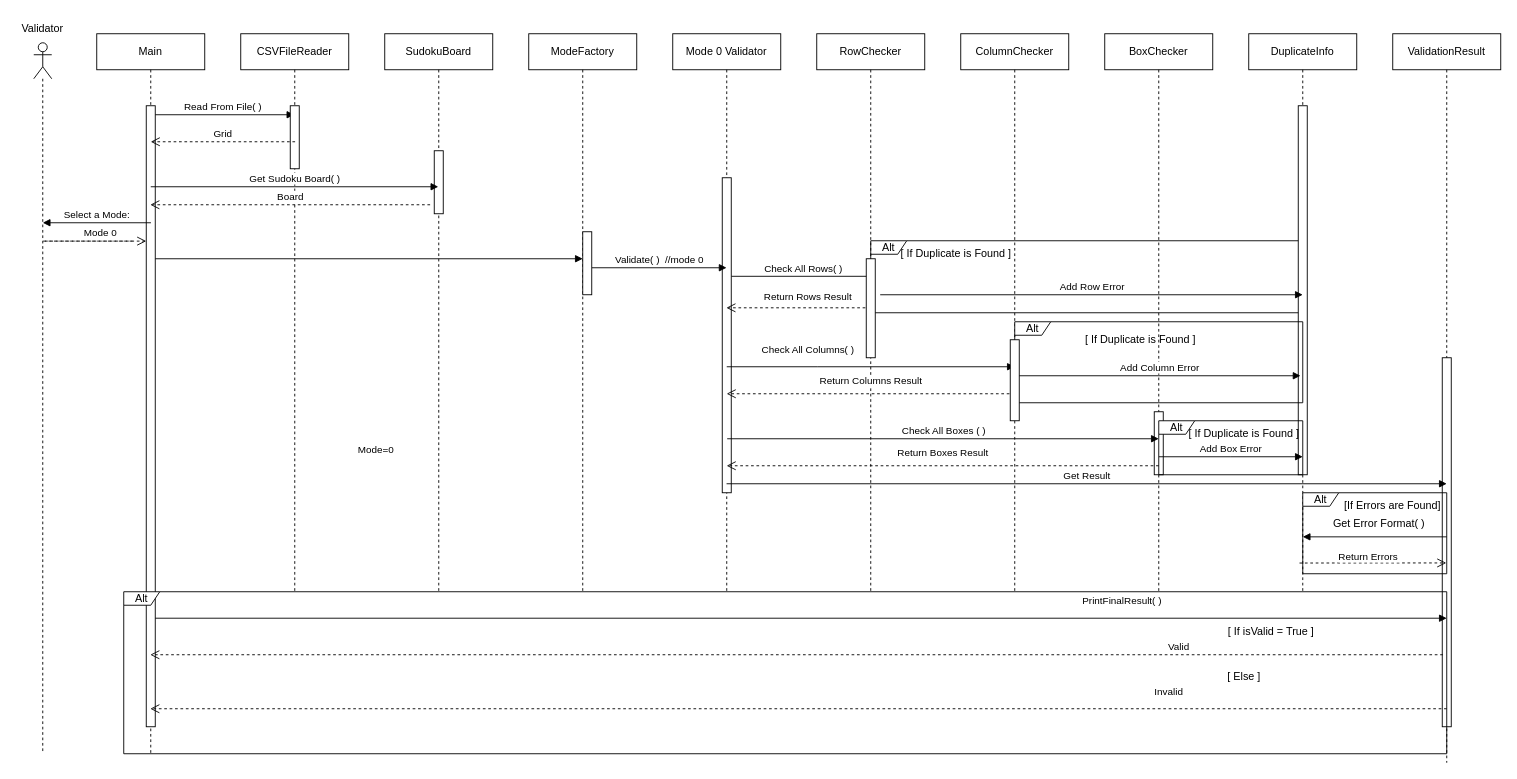
Before: SequenceMode0Diagram.drawio in ghadeer4705/Lab9_Sudoku1, a draw.io diagram. Source tidied: cells renumbered, new cells numbered last; positions are measured from the earlier drawing's top-left corner, leaving out a move shared by most shapes. Both pictures are drawn from the tidied source at 90%, with x=0, y=0 at pixel (15, 15).
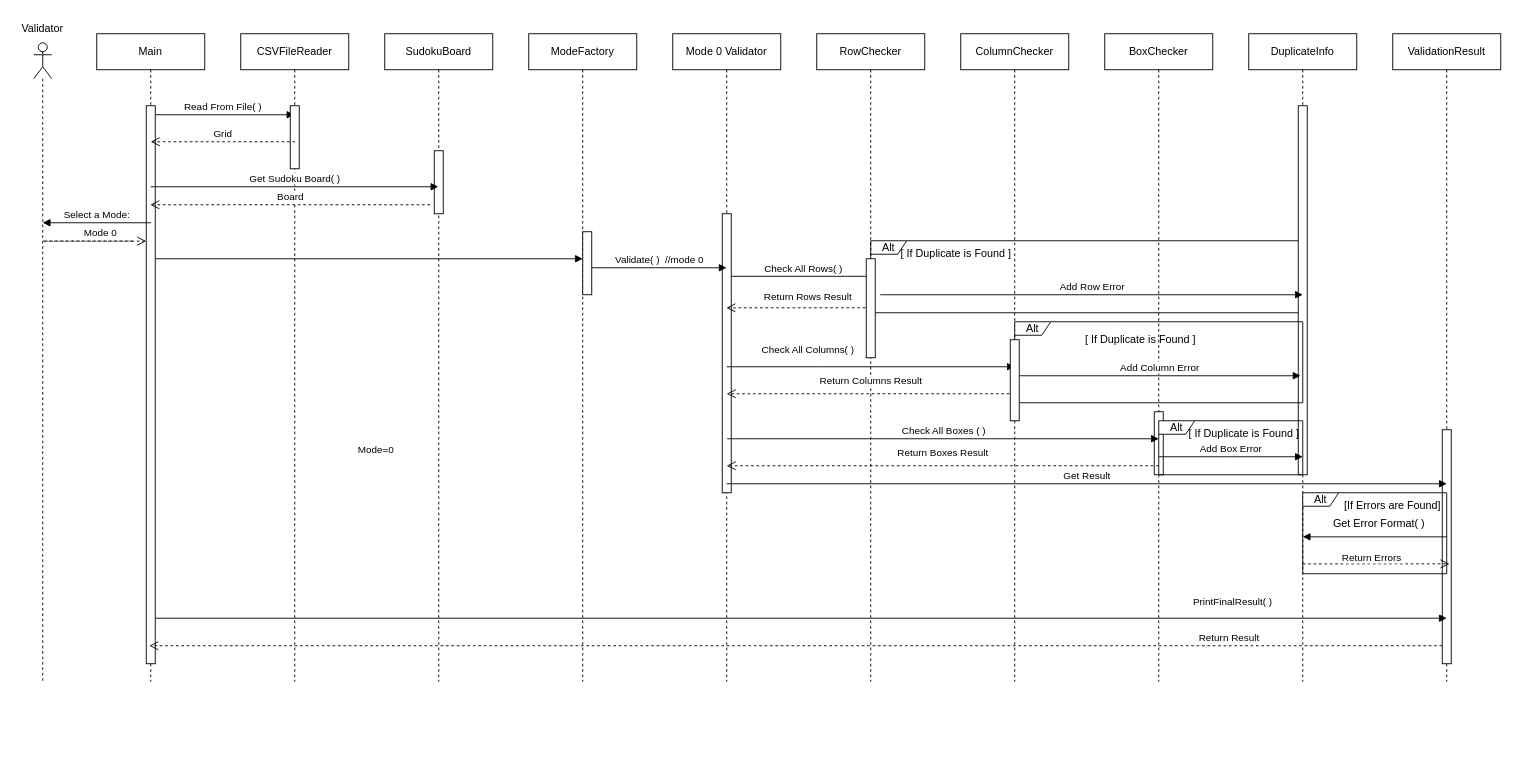
The same page after the edit.

Diff of the diagram source:
```diff
@@
     <mxCell id="2" value="SudokuBoard" style="shape=umlLifeline;perimeter=lifelinePerimeter;whiteSpace=wrap;html=1;outlineConnect=0;portConstraint=eastwest;newEdgeStyle={&quot;curved&quot;:0,&quot;rounded&quot;:0};size=40;" parent="1" vertex="1">
-      <mxGeometry x="410" y="20" width="120" height="620" as="geometry" />
+      <mxGeometry x="410" y="20" width="120" height="720" as="geometry" />
     </mxCell>
@@
     <mxCell id="6" style="shape=umlLifeline;perimeter=lifelinePerimeter;whiteSpace=wrap;html=1;newEdgeStyle={&quot;curved&quot;:0,&quot;rounded&quot;:0};participant=umlActor;" parent="1" vertex="1">
-      <mxGeometry x="20" y="30" width="20" height="790" as="geometry" />
+      <mxGeometry x="20" y="30" width="20" height="710" as="geometry" />
     </mxCell>
     <mxCell id="7" value="ModeFactory" style="shape=umlLifeline;perimeter=lifelinePerimeter;whiteSpace=wrap;html=1;newEdgeStyle={&quot;curved&quot;:0,&quot;rounded&quot;:0};size=40;" parent="1" vertex="1">
-      <mxGeometry x="570" y="20" width="120" height="620" as="geometry" />
+      <mxGeometry x="570" y="20" width="120" height="720" as="geometry" />
     </mxCell>
     <mxCell id="8" value="Mode 0 Validator" style="shape=umlLifeline;perimeter=lifelinePerimeter;whiteSpace=wrap;html=1;newEdgeStyle={&quot;curved&quot;:0,&quot;rounded&quot;:0};size=40;" parent="1" vertex="1">
-      <mxGeometry x="730" y="20" width="120" height="620" as="geometry" />
+      <mxGeometry x="730" y="20" width="120" height="720" as="geometry" />
     </mxCell>
     <mxCell id="9" style="html=1;perimeter=orthogonalPerimeter;targetShapes=umlLifeline;newEdgeStyle={&quot;curved&quot;:0,&quot;rounded&quot;:0};" parent="8" vertex="1">
-      <mxGeometry x="55" y="160" width="10" height="350" as="geometry" />
+      <mxGeometry x="55" y="200" width="10" height="310" as="geometry" />
     </mxCell>
     <mxCell id="10" value="RowChecker" style="shape=umlLifeline;perimeter=lifelinePerimeter;whiteSpace=wrap;html=1;newEdgeStyle={&quot;curved&quot;:0,&quot;rounded&quot;:0};size=40;" parent="1" vertex="1">
-      <mxGeometry x="890" y="20" width="120" height="620" as="geometry" />
+      <mxGeometry x="890" y="20" width="120" height="720" as="geometry" />
     </mxCell>
     <mxCell id="11" value="ColumnChecker" style="shape=umlLifeline;perimeter=lifelinePerimeter;whiteSpace=wrap;html=1;newEdgeStyle={&quot;curved&quot;:0,&quot;rounded&quot;:0};size=40;" parent="1" vertex="1">
-      <mxGeometry x="1050" y="20" width="120" height="620" as="geometry" />
+      <mxGeometry x="1050" y="20" width="120" height="720" as="geometry" />
     </mxCell>
     <mxCell id="12" value="BoxChecker" style="shape=umlLifeline;perimeter=lifelinePerimeter;whiteSpace=wrap;html=1;newEdgeStyle={&quot;curved&quot;:0,&quot;rounded&quot;:0};size=40;" parent="1" vertex="1">
-      <mxGeometry x="1210" y="20" width="120" height="620" as="geometry" />
+      <mxGeometry x="1210" y="20" width="120" height="720" as="geometry" />
     </mxCell>
@@
     <mxCell id="14" value="DuplicateInfo" style="shape=umlLifeline;perimeter=lifelinePerimeter;whiteSpace=wrap;html=1;newEdgeStyle={&quot;curved&quot;:0,&quot;rounded&quot;:0};size=40;" parent="1" vertex="1">
-      <mxGeometry x="1370" y="20" width="120" height="620" as="geometry" />
+      <mxGeometry x="1370" y="20" width="120" height="720" as="geometry" />
     </mxCell>
@@
     <mxCell id="16" value="ValidationResult" style="shape=umlLifeline;perimeter=lifelinePerimeter;whiteSpace=wrap;html=1;outlineConnect=0;portConstraint=eastwest;newEdgeStyle={&quot;curved&quot;:0,&quot;rounded&quot;:0};size=40;" parent="1" vertex="1">
-      <mxGeometry x="1530" y="20" width="120" height="810" as="geometry" />
+      <mxGeometry x="1530" y="20" width="120" height="720" as="geometry" />
     </mxCell>
     <mxCell id="17" style="html=1;perimeter=orthogonalPerimeter;targetShapes=umlLifeline;newEdgeStyle={&quot;curved&quot;:0,&quot;rounded&quot;:0};" parent="16" vertex="1">
-      <mxGeometry x="55" y="360" width="10" height="410" as="geometry" />
+      <mxGeometry x="55" y="440" width="10" height="260" as="geometry" />
     </mxCell>
@@
     <mxCell id="21" value="PrintFinalResult( )" style="html=1;verticalAlign=bottom;endArrow=block;curved=0;rounded=0;" parent="1" edge="1">
-      <mxGeometry x="0.5" y="10" relative="1" as="geometry">
+      <mxGeometry x="0.67" y="9" relative="1" as="geometry">
         <mxPoint x="149.4" y="669.4" as="sourcePoint" />
         <mxPoint x="1590" y="669.4" as="targetPoint" />
       </mxGeometry>
     </mxCell>
@@
-    <mxCell id="40" value="Return Errors&amp;nbsp;" style="html=1;verticalAlign=bottom;endArrow=open;dashed=1;endSize=8;curved=0;rounded=0;exitX=0.02;exitY=0.901;exitDx=0;exitDy=0;exitPerimeter=0;" parent="1" edge="1" target="16">
+    <mxCell id="40" value="Return Errors&amp;nbsp;" style="html=1;verticalAlign=bottom;endArrow=open;dashed=1;endSize=8;curved=0;rounded=0;exitX=0.02;exitY=0.901;exitDx=0;exitDy=0;exitPerimeter=0;" parent="1" edge="1">
       <mxGeometry x="-0.06" y="-2" relative="1" as="geometry">
-        <mxPoint x="1426.4" y="608.1" as="sourcePoint" />
+        <mxPoint x="1430" y="609.1" as="sourcePoint" />
+        <mxPoint x="1593.1" y="609" as="targetPoint" />
         <Array as="points">
-          <mxPoint x="1503.2" y="608" />
+          <mxPoint x="1506.8" y="609" />
         </Array>
         <mxPoint x="1" as="offset" />
       </mxGeometry>
     </mxCell>
@@
     <mxCell id="48" value="CSVFileReader" style="shape=umlLifeline;perimeter=lifelinePerimeter;whiteSpace=wrap;html=1;outlineConnect=0;portConstraint=eastwest;newEdgeStyle={&quot;curved&quot;:0,&quot;rounded&quot;:0};size=40;" parent="1" vertex="1">
-      <mxGeometry x="250" y="20" width="120" height="620" as="geometry" />
+      <mxGeometry x="250" y="20" width="120" height="720" as="geometry" />
     </mxCell>
@@
     <mxCell id="50" value="Main" style="shape=umlLifeline;perimeter=lifelinePerimeter;whiteSpace=wrap;html=1;outlineConnect=0;portConstraint=eastwest;newEdgeStyle={&quot;curved&quot;:0,&quot;rounded&quot;:0};size=40;" parent="1" vertex="1">
-      <mxGeometry x="90" y="20" width="120" height="800" as="geometry" />
+      <mxGeometry x="90" y="20" width="120" height="720" as="geometry" />
     </mxCell>
     <mxCell id="51" style="html=1;points=[[0,0,0,0,5],[0,1,0,0,-5],[1,0,0,0,5],[1,1,0,0,-5]];perimeter=orthogonalPerimeter;outlineConnect=0;targetShapes=umlLifeline;portConstraint=eastwest;newEdgeStyle={&quot;curved&quot;:0,&quot;rounded&quot;:0};" parent="50" vertex="1">
-      <mxGeometry x="55" y="80" width="10" height="690" as="geometry" />
+      <mxGeometry x="55" y="80" width="10" height="620" as="geometry" />
     </mxCell>
@@
-    <mxCell id="59" value="Alt" style="shape=umlFrame;whiteSpace=wrap;html=1;width=40;height=15;" parent="1" vertex="1">
-      <mxGeometry x="120" y="640" width="1470" height="180" as="geometry" />
-    </mxCell>
-    <mxCell id="60" value="[ If isValid = True ]" style="text;html=1;whiteSpace=wrap;strokeColor=none;fillColor=none;align=center;verticalAlign=middle;rounded=0;" parent="1" vertex="1">
-      <mxGeometry x="1330" y="670" width="130" height="30" as="geometry" />
-    </mxCell>
-    <mxCell id="61" value="Valid" style="html=1;verticalAlign=bottom;endArrow=open;dashed=1;endSize=8;curved=0;rounded=0;" parent="1" edge="1" target="50">
-      <mxGeometry x="-0.59" relative="1" as="geometry">
-        <mxPoint x="1585.7" y="710" as="sourcePoint" />
+    <mxCell id="61" value="Return Result" style="html=1;verticalAlign=bottom;endArrow=open;dashed=1;endSize=8;curved=0;rounded=0;" parent="1" edge="1">
+      <mxGeometry x="-0.67" relative="1" as="geometry">
+        <mxPoint x="1585" y="700" as="sourcePoint" />
+        <mxPoint x="148.4" y="700" as="targetPoint" />
         <Array as="points">
-          <mxPoint x="1486.2" y="710" />
+          <mxPoint x="1485.5" y="700" />
         </Array>
       </mxGeometry>
     </mxCell>
-    <mxCell id="62" value="Invalid" style="html=1;verticalAlign=bottom;endArrow=open;dashed=1;endSize=8;curved=0;rounded=0;" parent="1" edge="1" target="50">
-      <mxGeometry x="-0.57" y="-10" relative="1" as="geometry">
-        <mxPoint x="1590" y="770" as="sourcePoint" />
-        <Array as="points">
-          <mxPoint x="1490.5" y="770" />
-        </Array>
-        <mxPoint x="1" as="offset" />
-      </mxGeometry>
-    </mxCell>
-    <mxCell id="63" value="[ Else ]" style="text;html=1;whiteSpace=wrap;strokeColor=none;fillColor=none;align=center;verticalAlign=middle;rounded=0;" parent="1" vertex="1">
-      <mxGeometry x="1300" y="720" width="130" height="30" as="geometry" />
-    </mxCell>
```
